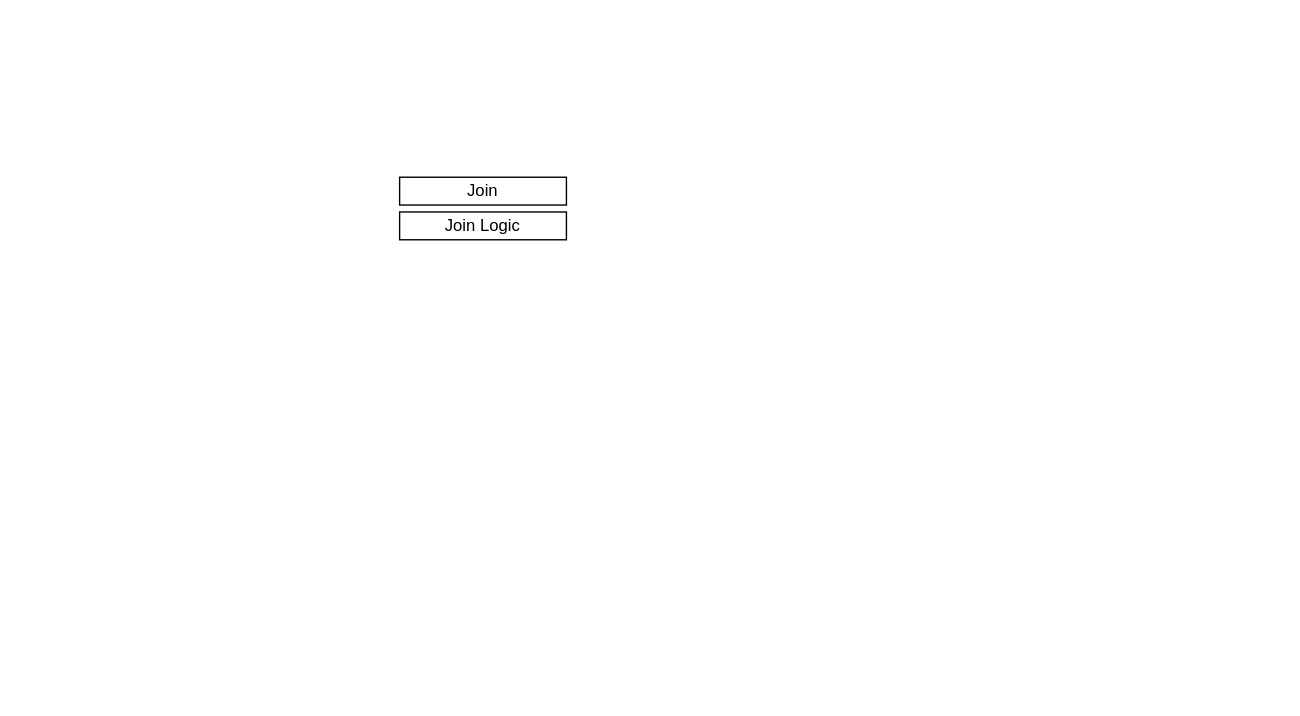
This is Helix.drawio from cwalenciak/AXL, a draw.io file, before an edit. Source tidied: cells renumbered, new cells numbered last; positions are measured from the earlier drawing's top-left corner, leaving out a move shared by most shapes. Both pictures are drawn from the tidied source at 139%, with x=0, y=0 at pixel (399, 177).
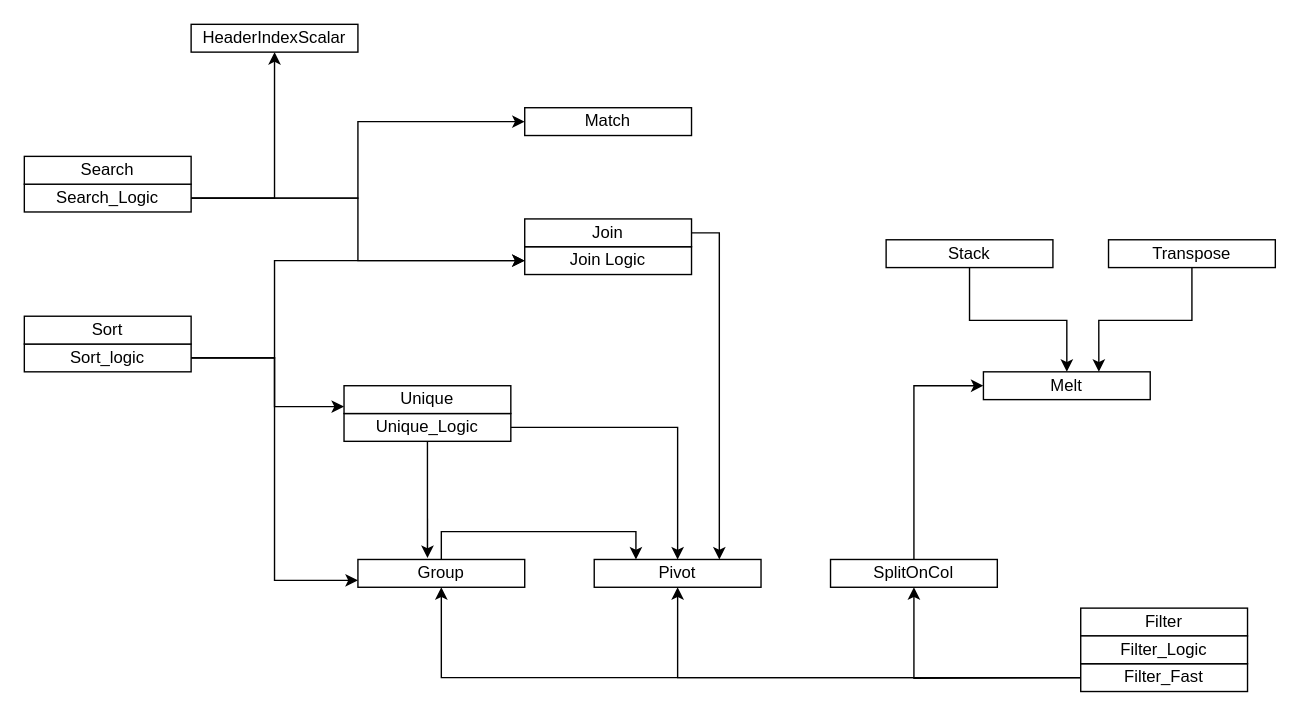
The same diagram, later.

Change to the diagram source:
```diff
@@
-    <mxCell id="2" style="group;" parent="1" vertex="1">
-      <mxGeometry width="120" height="45" as="geometry" />
-    </mxCell>
-    <mxCell id="3" value="Join Logic" style="rounded=0;whiteSpace=wrap;html=1;" parent="2" vertex="1">
-      <mxGeometry y="25" width="120" height="20" as="geometry" />
+    <mxCell id="3" value="Join Logic" style="rounded=0;whiteSpace=wrap;html=1;" parent="1" vertex="1">
+      <mxGeometry x="90" y="50" width="120" height="20" as="geometry" />
     </mxCell>
+    <mxCell id="5" style="edgeStyle=orthogonalEdgeStyle;rounded=0;jettySize=auto;html=1;exitX=1;exitY=0.5;exitDx=0;exitDy=0;entryX=0.75;entryY=0;entryDx=0;entryDy=0;" parent="1" edge="1" source="4" target="6">
+      <mxGeometry relative="1" as="geometry" />
+    </mxCell>
-    <mxCell id="4" value="Join" style="rounded=0;whiteSpace=wrap;html=1;" parent="2" vertex="1">
-      <mxGeometry width="120" height="20" as="geometry" />
+    <mxCell id="4" value="Join" style="rounded=0;whiteSpace=wrap;html=1;" parent="1" vertex="1">
+      <mxGeometry x="90" y="30" width="120" height="20" as="geometry" />
     </mxCell>
+    <mxCell id="6" value="Pivot" style="rounded=0;whiteSpace=wrap;html=1;" parent="1" vertex="1">
+      <mxGeometry x="140" y="275" width="120" height="20" as="geometry" />
+    </mxCell>
+    <mxCell id="7" style="edgeStyle=orthogonalEdgeStyle;rounded=0;jettySize=auto;html=1;exitX=0;exitY=0.5;exitDx=0;exitDy=0;entryX=0.5;entryY=1;entryDx=0;entryDy=0;" parent="1" edge="1" source="10" target="6">
+      <mxGeometry relative="1" as="geometry" />
+    </mxCell>
+    <mxCell id="8" style="edgeStyle=orthogonalEdgeStyle;rounded=0;jettySize=auto;html=1;entryX=0.5;entryY=1;entryDx=0;entryDy=0;" parent="1" edge="1" target="12">
+      <mxGeometry relative="1" as="geometry">
+        <mxPoint x="490" y="360" as="sourcePoint" />
+      </mxGeometry>
+    </mxCell>
+    <mxCell id="9" style="edgeStyle=orthogonalEdgeStyle;rounded=0;jettySize=auto;html=1;exitX=0;exitY=0.5;exitDx=0;exitDy=0;" parent="1" edge="1" source="10" target="14">
+      <mxGeometry relative="1" as="geometry" />
+    </mxCell>
+    <mxCell id="10" value="Filter_Fast" style="rounded=0;whiteSpace=wrap;html=1;" parent="1" vertex="1">
+      <mxGeometry x="490" y="350" width="120" height="20" as="geometry" />
+    </mxCell>
+    <mxCell id="11" style="edgeStyle=orthogonalEdgeStyle;rounded=0;jettySize=auto;html=1;exitX=0.5;exitY=0;exitDx=0;exitDy=0;entryX=0;entryY=0.5;entryDx=0;entryDy=0;" parent="1" edge="1" source="12" target="20">
+      <mxGeometry relative="1" as="geometry" />
+    </mxCell>
+    <mxCell id="12" value="SplitOnCol" style="rounded=0;whiteSpace=wrap;html=1;" parent="1" vertex="1">
+      <mxGeometry x="310" y="275" width="120" height="20" as="geometry" />
+    </mxCell>
+    <mxCell id="13" style="edgeStyle=orthogonalEdgeStyle;rounded=0;jettySize=auto;html=1;exitX=0.5;exitY=0;exitDx=0;exitDy=0;entryX=0.25;entryY=0;entryDx=0;entryDy=0;" parent="1" edge="1" source="14" target="6">
+      <mxGeometry relative="1" as="geometry" />
+    </mxCell>
+    <mxCell id="14" value="Group" style="rounded=0;whiteSpace=wrap;html=1;" parent="1" vertex="1">
+      <mxGeometry x="-30" y="275" width="120" height="20" as="geometry" />
+    </mxCell>
+    <mxCell id="15" value="Filter" style="rounded=0;whiteSpace=wrap;html=1;" parent="1" vertex="1">
+      <mxGeometry x="490" y="310" width="120" height="20" as="geometry" />
+    </mxCell>
+    <mxCell id="16" value="Filter_Logic" style="rounded=0;whiteSpace=wrap;html=1;" parent="1" vertex="1">
+      <mxGeometry x="490" y="330" width="120" height="20" as="geometry" />
+    </mxCell>
+    <mxCell id="17" style="edgeStyle=orthogonalEdgeStyle;rounded=0;jettySize=auto;html=1;exitX=0.5;exitY=1;exitDx=0;exitDy=0;entryX=0.417;entryY=-0.05;entryDx=0;entryDy=0;entryPerimeter=0;" parent="1" edge="1" source="19" target="14">
+      <mxGeometry relative="1" as="geometry" />
+    </mxCell>
+    <mxCell id="18" style="edgeStyle=orthogonalEdgeStyle;rounded=0;jettySize=auto;html=1;exitX=1;exitY=0.5;exitDx=0;exitDy=0;entryX=0.5;entryY=0;entryDx=0;entryDy=0;" parent="1" edge="1" source="19" target="6">
+      <mxGeometry relative="1" as="geometry" />
+    </mxCell>
+    <mxCell id="19" value="Unique_Logic" style="rounded=0;whiteSpace=wrap;html=1;" parent="1" vertex="1">
+      <mxGeometry x="-40" y="170" width="120" height="20" as="geometry" />
+    </mxCell>
+    <mxCell id="20" value="Melt" style="rounded=0;whiteSpace=wrap;html=1;" parent="1" vertex="1">
+      <mxGeometry x="420" y="140" width="120" height="20" as="geometry" />
+    </mxCell>
+    <mxCell id="21" style="edgeStyle=orthogonalEdgeStyle;rounded=0;jettySize=auto;html=1;exitX=0.5;exitY=1;exitDx=0;exitDy=0;entryX=0.5;entryY=0;entryDx=0;entryDy=0;" parent="1" edge="1" source="22" target="20">
+      <mxGeometry relative="1" as="geometry">
+        <Array as="points">
+          <mxPoint x="410" y="103" />
+          <mxPoint x="480" y="103" />
+        </Array>
+      </mxGeometry>
+    </mxCell>
+    <mxCell id="22" value="Stack" style="rounded=0;whiteSpace=wrap;html=1;" parent="1" vertex="1">
+      <mxGeometry x="350" y="45" width="120" height="20" as="geometry" />
+    </mxCell>
+    <mxCell id="23" style="edgeStyle=orthogonalEdgeStyle;rounded=0;jettySize=auto;html=1;exitX=0.5;exitY=1;exitDx=0;exitDy=0;entryX=0.692;entryY=0;entryDx=0;entryDy=0;entryPerimeter=0;" parent="1" edge="1" source="24" target="20">
+      <mxGeometry relative="1" as="geometry">
+        <Array as="points">
+          <mxPoint x="570" y="103" />
+          <mxPoint x="503" y="103" />
+        </Array>
+      </mxGeometry>
+    </mxCell>
+    <mxCell id="24" value="Transpose" style="rounded=0;whiteSpace=wrap;html=1;" parent="1" vertex="1">
+      <mxGeometry x="510" y="45" width="120" height="20" as="geometry" />
+    </mxCell>
+    <mxCell id="25" style="edgeStyle=orthogonalEdgeStyle;rounded=0;jettySize=auto;html=1;exitX=1;exitY=0.5;exitDx=0;exitDy=0;entryX=0;entryY=0.5;entryDx=0;entryDy=0;" parent="1" edge="1" source="28" target="3">
+      <mxGeometry relative="1" as="geometry" />
+    </mxCell>
+    <mxCell id="26" style="edgeStyle=orthogonalEdgeStyle;rounded=0;jettySize=auto;html=1;exitX=1;exitY=0.5;exitDx=0;exitDy=0;entryX=0;entryY=0.5;entryDx=0;entryDy=0;" parent="1" edge="1" source="28" target="29">
+      <mxGeometry relative="1" as="geometry" />
+    </mxCell>
+    <mxCell id="27" style="edgeStyle=orthogonalEdgeStyle;rounded=0;jettySize=auto;html=1;exitX=1;exitY=0.5;exitDx=0;exitDy=0;entryX=0.5;entryY=1;entryDx=0;entryDy=0;" parent="1" edge="1" source="28" target="36">
+      <mxGeometry relative="1" as="geometry" />
+    </mxCell>
+    <mxCell id="28" value="Search_Logic" style="rounded=0;whiteSpace=wrap;html=1;" parent="1" vertex="1">
+      <mxGeometry x="-270" y="5" width="120" height="20" as="geometry" />
+    </mxCell>
+    <mxCell id="29" value="Match" style="rounded=0;whiteSpace=wrap;html=1;" parent="1" vertex="1">
+      <mxGeometry x="90" y="-50" width="120" height="20" as="geometry" />
+    </mxCell>
+    <mxCell id="30" style="edgeStyle=orthogonalEdgeStyle;rounded=0;jettySize=auto;html=1;exitX=1;exitY=0.5;exitDx=0;exitDy=0;entryX=0;entryY=0.75;entryDx=0;entryDy=0;" parent="1" edge="1" source="33" target="14">
+      <mxGeometry relative="1" as="geometry" />
+    </mxCell>
+    <mxCell id="31" style="edgeStyle=orthogonalEdgeStyle;rounded=0;jettySize=auto;html=1;exitX=1;exitY=0.5;exitDx=0;exitDy=0;" parent="1" edge="1" source="33">
+      <mxGeometry relative="1" as="geometry">
+        <mxPoint x="90" y="60" as="targetPoint" />
+        <Array as="points">
+          <mxPoint x="-90" y="130" />
+          <mxPoint x="-90" y="60" />
+        </Array>
+      </mxGeometry>
+    </mxCell>
+    <mxCell id="32" style="edgeStyle=orthogonalEdgeStyle;rounded=0;jettySize=auto;html=1;exitX=1;exitY=0.5;exitDx=0;exitDy=0;entryX=0;entryY=0.75;entryDx=0;entryDy=0;" parent="1" edge="1" source="33" target="37">
+      <mxGeometry relative="1" as="geometry">
+        <Array as="points">
+          <mxPoint x="-90" y="130" />
+          <mxPoint x="-90" y="165" />
+        </Array>
+      </mxGeometry>
+    </mxCell>
+    <mxCell id="33" value="Sort_logic" style="rounded=0;whiteSpace=wrap;html=1;" parent="1" vertex="1">
+      <mxGeometry x="-270" y="120" width="120" height="20" as="geometry" />
+    </mxCell>
+    <mxCell id="34" value="Sort" style="rounded=0;whiteSpace=wrap;html=1;" parent="1" vertex="1">
+      <mxGeometry x="-270" y="100" width="120" height="20" as="geometry" />
+    </mxCell>
+    <mxCell id="35" value="Search" style="rounded=0;whiteSpace=wrap;html=1;" parent="1" vertex="1">
+      <mxGeometry x="-270" y="-15" width="120" height="20" as="geometry" />
+    </mxCell>
+    <mxCell id="36" value="HeaderIndexScalar" style="rounded=0;whiteSpace=wrap;html=1;" parent="1" vertex="1">
+      <mxGeometry x="-150" y="-110" width="120" height="20" as="geometry" />
+    </mxCell>
+    <mxCell id="37" value="Unique" style="rounded=0;whiteSpace=wrap;html=1;" parent="1" vertex="1">
+      <mxGeometry x="-40" y="150" width="120" height="20" as="geometry" />
+    </mxCell>
```
